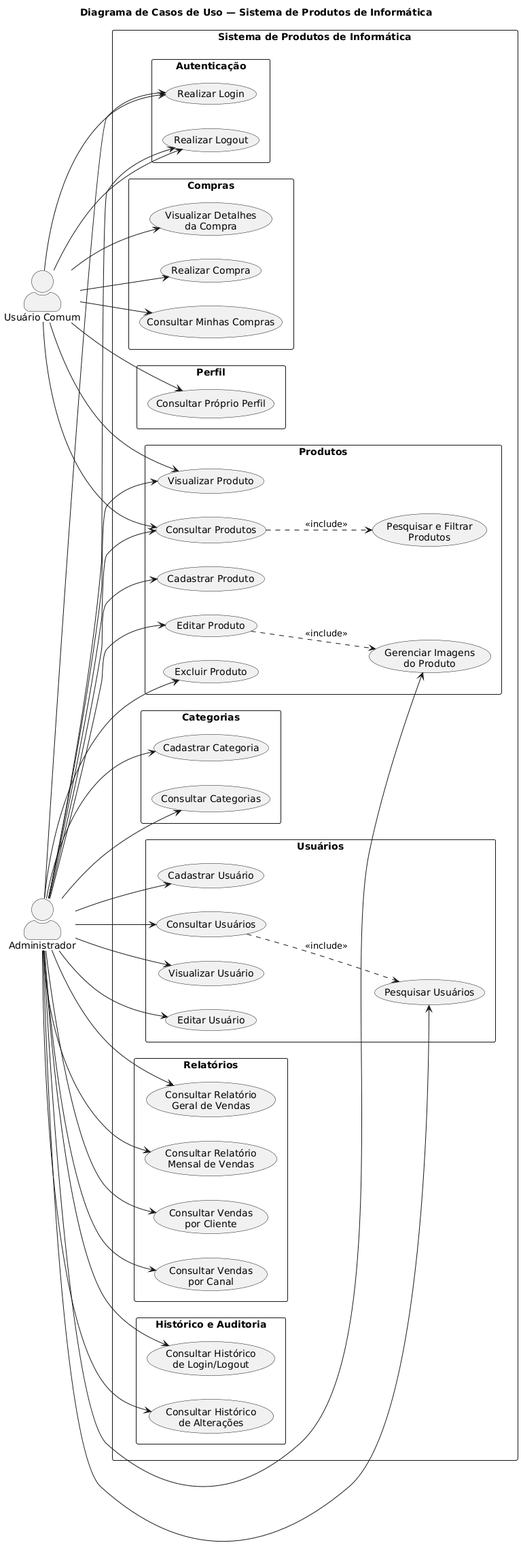
Above: docs/diagrams/images/casos-de-uso.png in software-engineering-degree-unb/sistema-produtos-informatica (PlantUML), before the change. Its diagram source:
```plantuml
@startuml
left to right direction

skinparam shadowing false
skinparam packageStyle rectangle
skinparam actorStyle awesome

title Diagrama de Casos de Uso — Sistema de Produtos de Informática

actor "Usuário Comum" as Usuario
actor "Administrador" as Admin

rectangle "Sistema de Produtos de Informática" {

    package "Autenticação" {
        usecase "Realizar Login" as UC_Login
        usecase "Realizar Logout" as UC_Logout
    }

    package "Produtos" {
        usecase "Consultar Produtos" as UC_ConsultarProdutos
        usecase "Pesquisar e Filtrar\nProdutos" as UC_FiltrarProdutos
        usecase "Visualizar Produto" as UC_VisualizarProduto

        usecase "Cadastrar Produto" as UC_CadastrarProduto
        usecase "Editar Produto" as UC_EditarProduto
        usecase "Excluir Produto" as UC_ExcluirProduto
        usecase "Gerenciar Imagens\ndo Produto" as UC_Imagens
    }

    package "Categorias" {
        usecase "Cadastrar Categoria" as UC_CadastrarCategoria
        usecase "Consultar Categorias" as UC_ConsultarCategorias
    }

    package "Usuários" {
        usecase "Cadastrar Usuário" as UC_CadastrarUsuario
        usecase "Consultar Usuários" as UC_ConsultarUsuarios
        usecase "Pesquisar Usuários" as UC_PesquisarUsuarios
        usecase "Visualizar Usuário" as UC_VisualizarUsuario
        usecase "Editar Usuário" as UC_EditarUsuario
    }

    package "Compras" {
        usecase "Realizar Compra" as UC_RealizarCompra
        usecase "Consultar Minhas Compras" as UC_MinhasCompras
        usecase "Visualizar Detalhes\nda Compra" as UC_DetalhesCompra
    }

    package "Relatórios" {
        usecase "Consultar Relatório\nGeral de Vendas" as UC_RelGeral
        usecase "Consultar Relatório\nMensal de Vendas" as UC_RelMensal
        usecase "Consultar Vendas\npor Cliente" as UC_RelCliente
        usecase "Consultar Vendas\npor Canal" as UC_RelCanal
    }

    package "Perfil" {
        usecase "Consultar Próprio Perfil" as UC_Perfil
    }

    package "Histórico e Auditoria" {
        usecase "Consultar Histórico\nde Login/Logout" as UC_HistLogin
        usecase "Consultar Histórico\nde Alterações" as UC_HistAlteracoes
    }



    Usuario --> UC_Login
    Usuario --> UC_Logout

    Usuario --> UC_ConsultarProdutos
    Usuario --> UC_VisualizarProduto

    Usuario --> UC_RealizarCompra
    Usuario --> UC_MinhasCompras
    Usuario --> UC_DetalhesCompra

    Usuario --> UC_Perfil



    Admin --> UC_Login
    Admin --> UC_Logout

    Admin --> UC_ConsultarProdutos
    Admin --> UC_VisualizarProduto

    Admin --> UC_CadastrarProduto
    Admin --> UC_EditarProduto
    Admin --> UC_ExcluirProduto
    Admin --> UC_Imagens

    Admin --> UC_CadastrarCategoria
    Admin --> UC_ConsultarCategorias

    Admin --> UC_CadastrarUsuario
    Admin --> UC_ConsultarUsuarios
    Admin --> UC_PesquisarUsuarios
    Admin --> UC_VisualizarUsuario
    Admin --> UC_EditarUsuario

    Admin --> UC_RelGeral
    Admin --> UC_RelMensal
    Admin --> UC_RelCliente
    Admin --> UC_RelCanal

    Admin --> UC_HistLogin
    Admin --> UC_HistAlteracoes



    UC_ConsultarProdutos ..> UC_FiltrarProdutos : <<include>>

    UC_ConsultarUsuarios ..> UC_PesquisarUsuarios : <<include>>

    UC_EditarProduto ..> UC_Imagens : <<include>>

}
@enduml
```
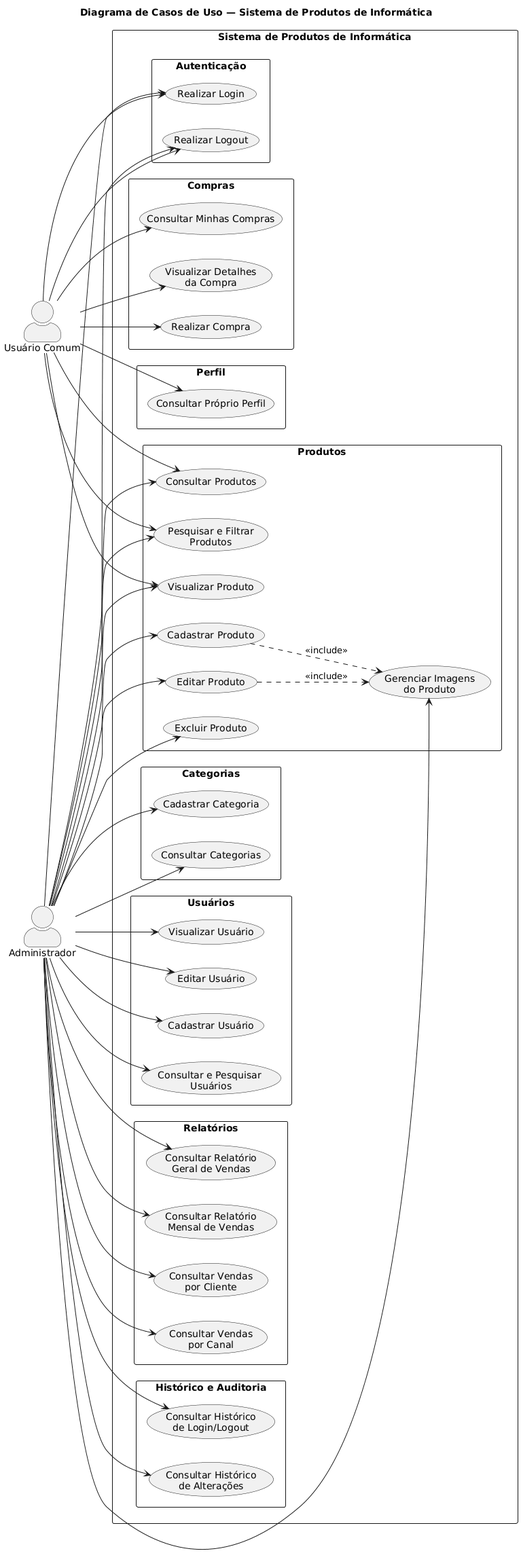
The same diagram one commit later.

Commit message:
Update use case diagram image

The edit, as a diff of the source:
```diff
@@ -35,8 +35,7 @@
 
     package "Usuários" {
         usecase "Cadastrar Usuário" as UC_CadastrarUsuario
-        usecase "Consultar Usuários" as UC_ConsultarUsuarios
-        usecase "Pesquisar Usuários" as UC_PesquisarUsuarios
+        usecase "Consultar e Pesquisar \nUsuários" as UC_ConsultarUsuarios
         usecase "Visualizar Usuário" as UC_VisualizarUsuario
         usecase "Editar Usuário" as UC_EditarUsuario
     }
@@ -69,6 +68,7 @@
     Usuario --> UC_Logout
 
     Usuario --> UC_ConsultarProdutos
+    Usuario --> UC_FiltrarProdutos
     Usuario --> UC_VisualizarProduto
 
     Usuario --> UC_RealizarCompra
@@ -83,6 +83,7 @@
     Admin --> UC_Logout
 
     Admin --> UC_ConsultarProdutos
+    Admin --> UC_FiltrarProdutos
     Admin --> UC_VisualizarProduto
 
     Admin --> UC_CadastrarProduto
@@ -95,7 +96,6 @@
 
     Admin --> UC_CadastrarUsuario
     Admin --> UC_ConsultarUsuarios
-    Admin --> UC_PesquisarUsuarios
     Admin --> UC_VisualizarUsuario
     Admin --> UC_EditarUsuario
 
@@ -109,9 +109,8 @@
 
 
 
-    UC_ConsultarProdutos ..> UC_FiltrarProdutos : <<include>>
 
-    UC_ConsultarUsuarios ..> UC_PesquisarUsuarios : <<include>>
+    UC_CadastrarProduto ..> UC_Imagens : <<include>>
 
     UC_EditarProduto ..> UC_Imagens : <<include>>
 
```
